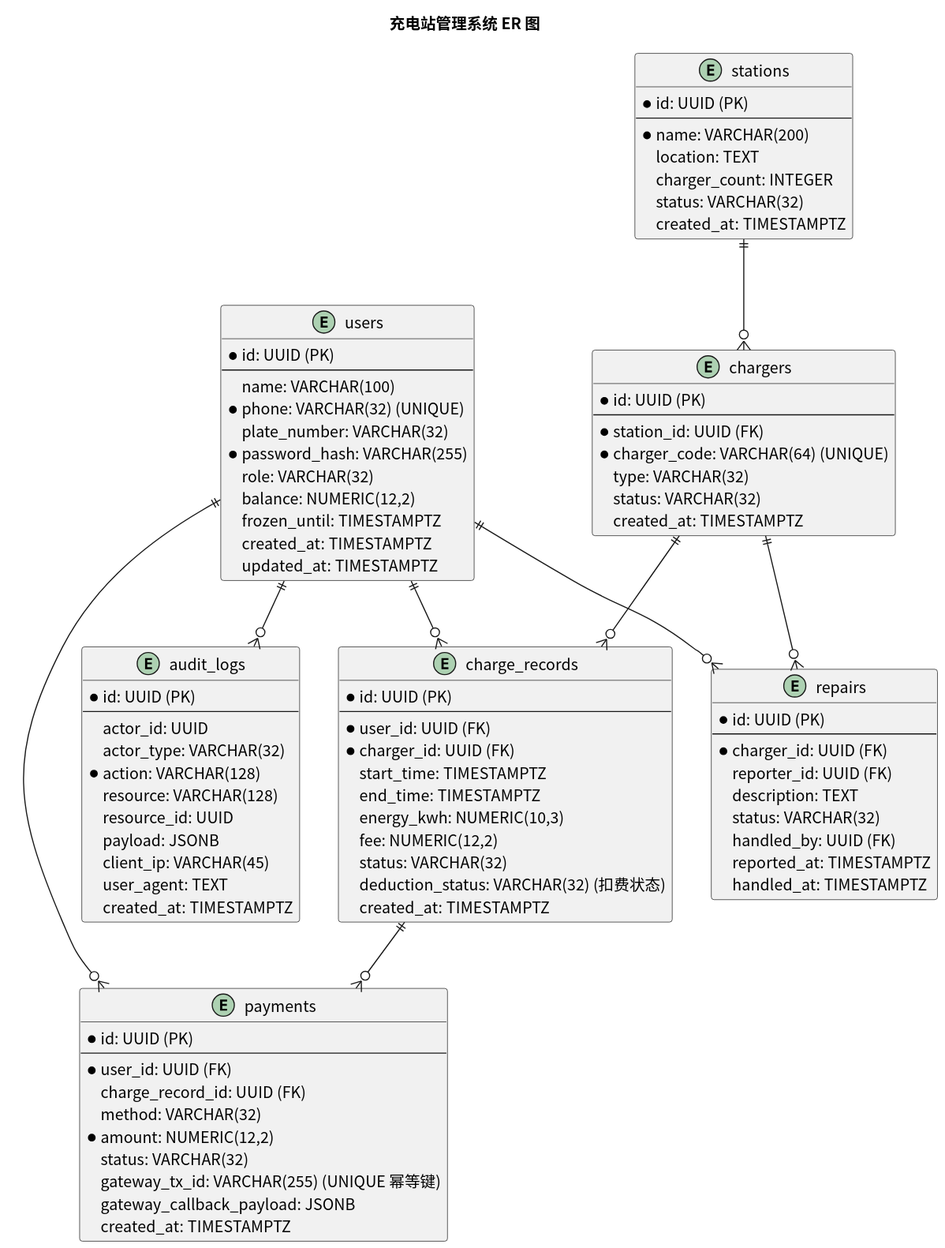
Above: usecase/docs/database/img/er_diagram.svg in greenhandzdl/charging-station-doc (PlantUML), before the change.
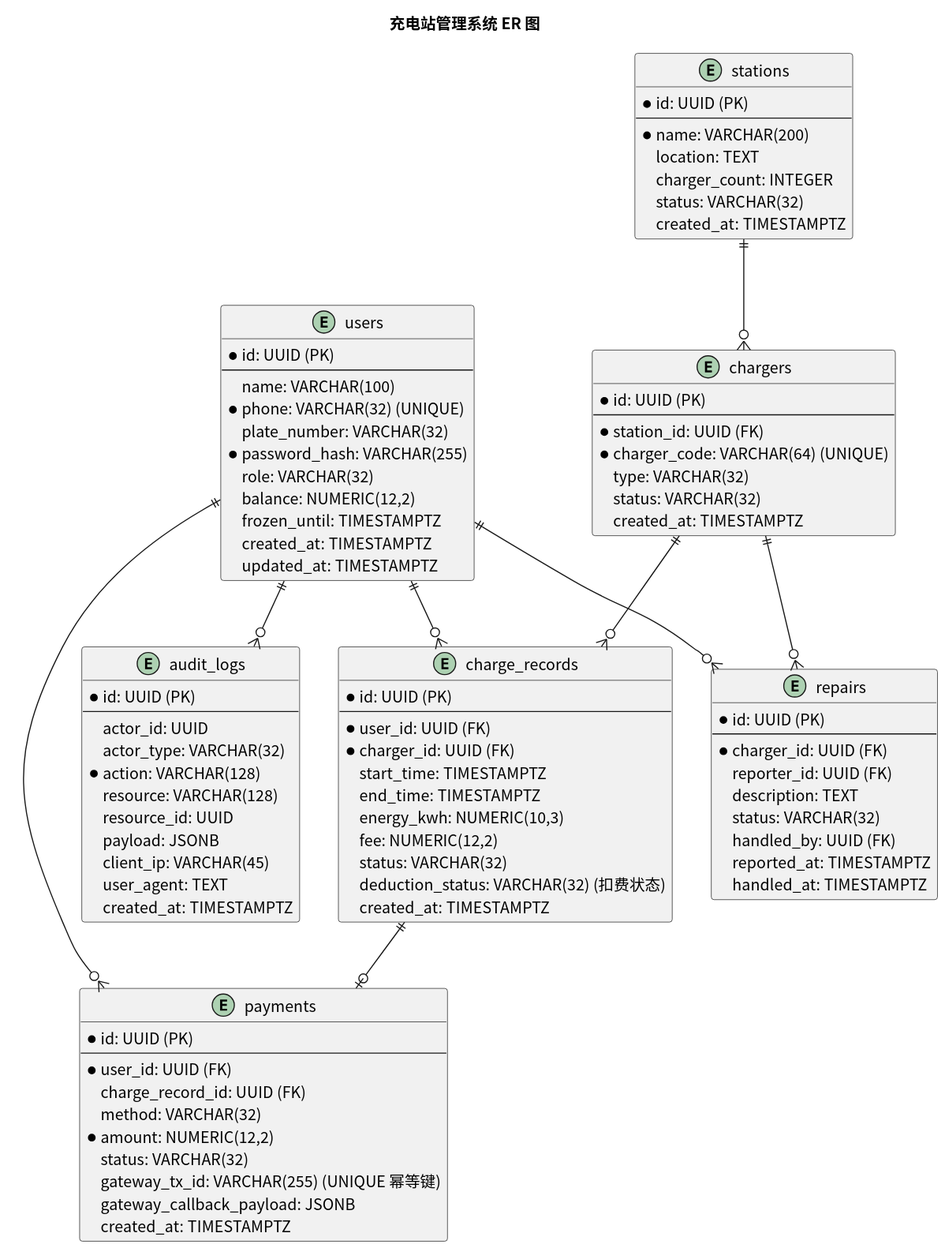
After the change.

Change to the diagram source:
```diff
@@ -94,7 +94,7 @@
 users ||--o{ charge_records
 chargers ||--o{ charge_records
 users ||--o{ payments
-charge_records ||--o{ payments
+charge_records ||--o| payments
 users ||--o{ repairs
 chargers ||--o{ repairs
 users ||--o{ audit_logs
```
